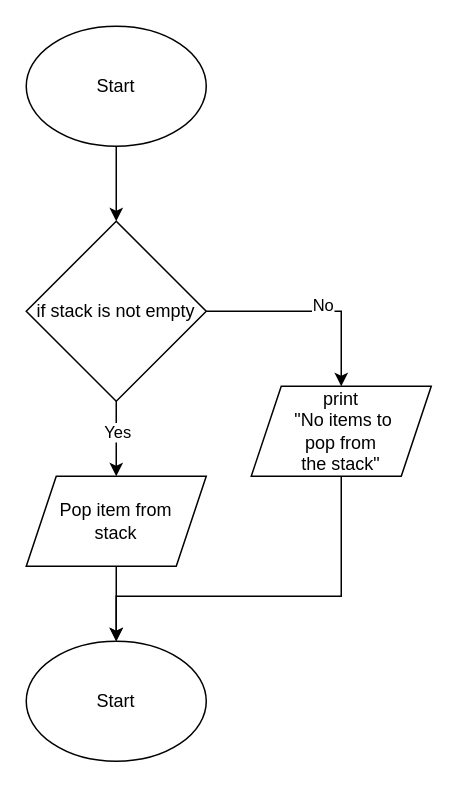
Earlier version of the draw.io diagram Design/Unit2-popItem.drawio (dbcalitis/ics4u-unit2-03-typescript). Source tidied: cells renumbered, new cells numbered last; positions are measured from the earlier drawing's top-left corner, leaving out a move shared by most shapes. Both pictures are drawn from the tidied source at 150%, with x=0, y=0 at pixel (26, 26).
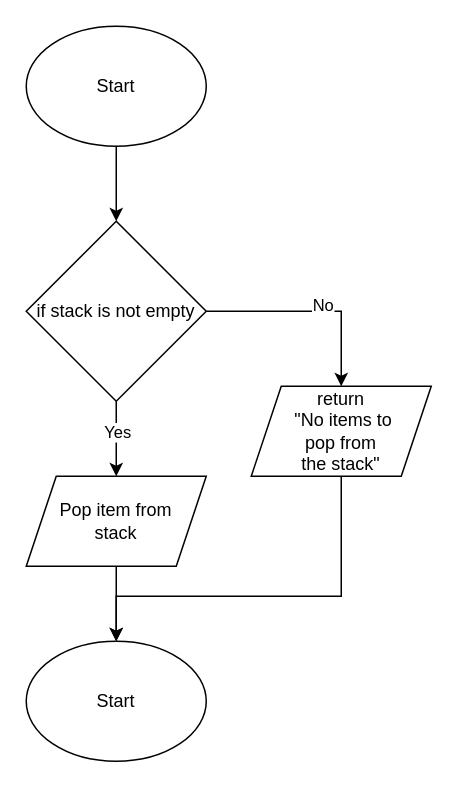
The same page after the edit.

The edit, as a diff of the source:
```diff
@@
 <mxGraphModel>
   <root>
     <mxCell id="0" />
     <mxCell id="1" parent="0" />
     <mxCell id="2" style="edgeStyle=none;html=1;exitX=0.5;exitY=1;exitDx=0;exitDy=0;" parent="1" edge="1" source="3" target="8">
       <mxGeometry relative="1" as="geometry" />
     </mxCell>
     <mxCell id="3" value="Start" style="ellipse;whiteSpace=wrap;html=1;" parent="1" vertex="1">
       <mxGeometry width="120" height="80" as="geometry" />
     </mxCell>
     <mxCell id="4" style="edgeStyle=none;html=1;exitX=0.5;exitY=1;exitDx=0;exitDy=0;" parent="1" edge="1" source="8">
       <mxGeometry relative="1" as="geometry">
         <mxPoint x="60" y="300" as="targetPoint" />
       </mxGeometry>
     </mxCell>
     <mxCell id="5" value="Yes" style="edgeLabel;html=1;align=center;verticalAlign=middle;" parent="4" vertex="1">
       <mxGeometry x="-0.19" relative="1" as="geometry" />
     </mxCell>
     <mxCell id="6" style="edgeStyle=orthogonalEdgeStyle;rounded=0;html=1;exitX=1;exitY=0.5;exitDx=0;exitDy=0;entryX=0.5;entryY=0;entryDx=0;entryDy=0;" parent="1" edge="1" source="8" target="13">
       <mxGeometry relative="1" as="geometry" />
     </mxCell>
     <mxCell id="7" value="No" style="edgeLabel;html=1;align=center;verticalAlign=middle;" parent="6" vertex="1">
       <mxGeometry x="0.1" y="5" relative="1" as="geometry" />
     </mxCell>
     <mxCell id="8" value="if stack is not empty" style="rhombus;whiteSpace=wrap;html=1;" parent="1" vertex="1">
       <mxGeometry y="130" width="120" height="120" as="geometry" />
     </mxCell>
     <mxCell id="9" style="edgeStyle=none;html=1;exitX=0.5;exitY=1;exitDx=0;exitDy=0;entryX=0.5;entryY=0;entryDx=0;entryDy=0;" parent="1" edge="1" target="10">
       <mxGeometry relative="1" as="geometry">
         <mxPoint x="60" y="360" as="sourcePoint" />
       </mxGeometry>
     </mxCell>
     <mxCell id="10" value="Start" style="ellipse;whiteSpace=wrap;html=1;" parent="1" vertex="1">
       <mxGeometry y="410" width="120" height="80" as="geometry" />
     </mxCell>
     <mxCell id="11" value="Pop item from &lt;br&gt;stack" style="shape=parallelogram;perimeter=parallelogramPerimeter;whiteSpace=wrap;html=1;fixedSize=1;" parent="1" vertex="1">
       <mxGeometry y="300" width="120" height="60" as="geometry" />
     </mxCell>
     <mxCell id="12" style="edgeStyle=orthogonalEdgeStyle;rounded=0;html=1;exitX=0.5;exitY=1;exitDx=0;exitDy=0;entryX=0.5;entryY=0;entryDx=0;entryDy=0;" parent="1" edge="1" source="13" target="10">
       <mxGeometry relative="1" as="geometry">
         <Array as="points">
           <mxPoint x="210" y="380" />
           <mxPoint x="60" y="380" />
         </Array>
       </mxGeometry>
     </mxCell>
-    <mxCell id="13" value="print&lt;br&gt;&amp;nbsp;&quot;No items to &lt;br&gt;pop from &lt;br&gt;the stack&quot;" style="shape=parallelogram;perimeter=parallelogramPerimeter;whiteSpace=wrap;html=1;fixedSize=1;" parent="1" vertex="1">
+    <mxCell id="13" value="return&lt;br&gt;&amp;nbsp;&quot;No items to &lt;br&gt;pop from &lt;br&gt;the stack&quot;" style="shape=parallelogram;perimeter=parallelogramPerimeter;whiteSpace=wrap;html=1;fixedSize=1;" parent="1" vertex="1">
       <mxGeometry x="150" y="240" width="120" height="60" as="geometry" />
     </mxCell>
   </root>
 </mxGraphModel>
```
